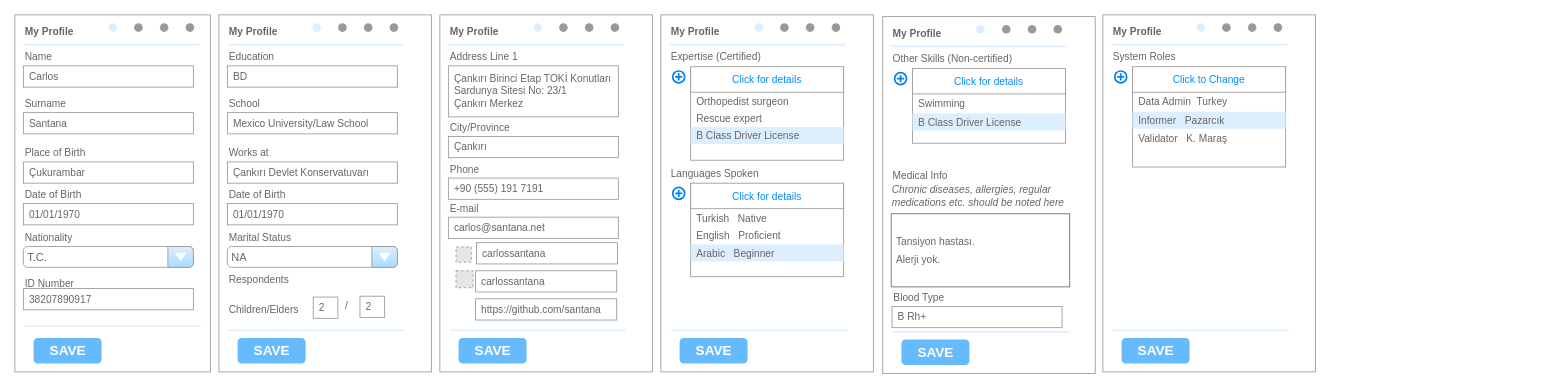
The draw.io diagram page "My Profile" (1 of 2) of mockups/ProfileMockup.drawio in bounswe/bounswe2023group2, before the edit. Source tidied: cells renumbered, new cells numbered last; positions are measured from the earlier drawing's top-left corner, leaving out a move shared by most shapes. Both pictures are drawn from the tidied source at 85%, with x=0, y=0 at pixel (14, 14). Pictures stored in the file or linked from it are replaced by grey dashed boxes.
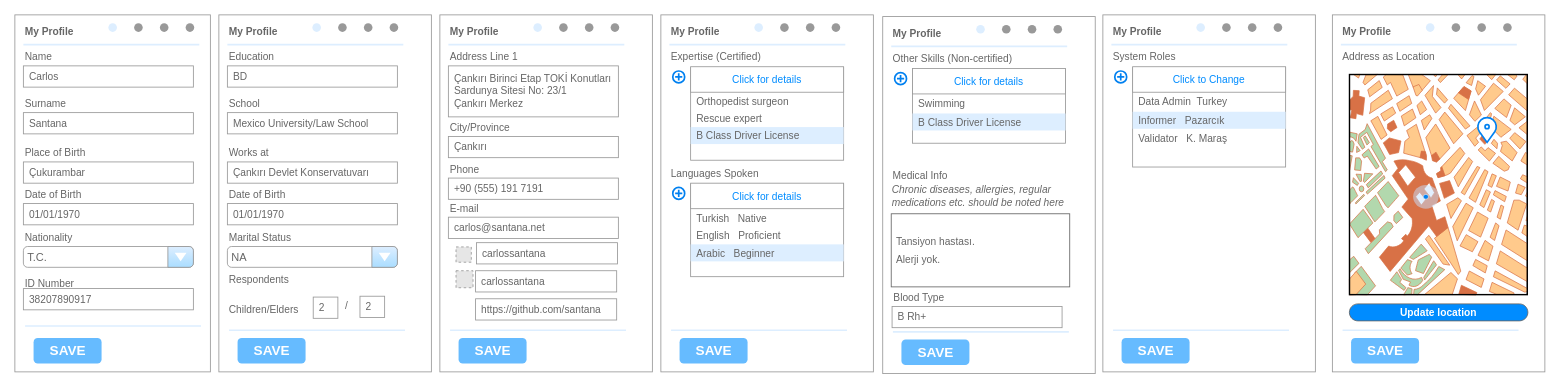
The same diagram, later.

Diff of the diagram source:
```diff
@@
+    <mxCell id="138" style="group;" parent="1" vertex="1">
+      <mxGeometry x="1550" width="250" height="420" as="geometry" />
+    </mxCell>
+    <mxCell id="139" style="group;fontSize=12;" parent="138" vertex="1">
+      <mxGeometry width="250" height="420" as="geometry" />
+    </mxCell>
+    <mxCell id="140" style="group;" parent="139" vertex="1">
+      <mxGeometry width="250" height="420" as="geometry" />
+    </mxCell>
+    <mxCell id="141" style="strokeWidth=1;shadow=0;dashed=0;align=center;html=1;shape=mxgraph.mockup.forms.rrect;rSize=0;strokeColor=#999999;fillColor=#ffffff;fontStyle=0;" parent="140" vertex="1">
+      <mxGeometry width="250" height="420" as="geometry" />
+    </mxCell>
+    <mxCell id="142" value="My Profile" style="strokeWidth=1;shadow=0;dashed=0;align=center;html=1;shape=mxgraph.mockup.forms.anchor;fontSize=12;fontColor=#666666;align=left;spacingLeft=0;fontStyle=1;" parent="141" vertex="1">
+      <mxGeometry width="115" height="20" relative="1" as="geometry">
+        <mxPoint x="10" y="10" as="offset" />
+      </mxGeometry>
+    </mxCell>
+    <mxCell id="143" style="shape=line;strokeColor=#ddeeff;strokeWidth=2;html=1;" parent="141" vertex="1">
+      <mxGeometry width="207" height="10" relative="1" as="geometry">
+        <mxPoint x="10" y="30" as="offset" />
+      </mxGeometry>
+    </mxCell>
+    <mxCell id="144" style="shape=line;strokeColor=#ddeeff;strokeWidth=2;html=1;" parent="141" vertex="1">
+      <mxGeometry y="1" width="207" height="10" relative="1" as="geometry">
+        <mxPoint x="12" y="-54" as="offset" />
+      </mxGeometry>
+    </mxCell>
+    <mxCell id="145" value="SAVE" style="strokeWidth=1;shadow=0;dashed=0;align=center;html=1;shape=mxgraph.mockup.forms.rrect;rSize=5;strokeColor=none;fontColor=#ffffff;fillColor=#66bbff;fontSize=16;fontStyle=1;" parent="141" vertex="1">
+      <mxGeometry y="1" width="80" height="30" relative="1" as="geometry">
+        <mxPoint x="22" y="-40" as="offset" />
+      </mxGeometry>
+    </mxCell>
+    <mxCell id="146" style="verticalLabelPosition=bottom;shadow=0;dashed=0;align=center;html=1;verticalAlign=top;strokeWidth=1;shape=mxgraph.mockup.navigation.pageControl;fillColor=#999999;strokeColor=#ddeeff;" parent="141" vertex="1">
+      <mxGeometry x="110" y="6.8" width="101" height="16.3" as="geometry" />
+    </mxCell>
+    <mxCell id="147" style="group;" parent="141" vertex="1">
+      <mxGeometry x="10" y="89" width="210" height="232" as="geometry" />
+    </mxCell>
+    <mxCell id="148" style="strokeWidth=1;shadow=0;dashed=0;align=center;html=1;shape=mxgraph.mockup.forms.anchor;fontSize=12;fontColor=#666666;align=left;spacingLeft=0;" parent="147" vertex="1">
+      <mxGeometry width="115" height="20" relative="1" as="geometry" />
+    </mxCell>
+    <mxCell id="149" style="group;" parent="141" vertex="1">
+      <mxGeometry x="10" y="40" width="115" height="40" as="geometry" />
+    </mxCell>
+    <mxCell id="150" value="Address as Location" style="strokeWidth=1;shadow=0;dashed=0;align=center;html=1;shape=mxgraph.mockup.forms.anchor;fontSize=12;fontColor=#666666;align=left;spacingLeft=0;" parent="149" vertex="1">
+      <mxGeometry width="115" height="20" relative="1" as="geometry" />
+    </mxCell>
+    <mxCell id="151" style="verticalLabelPosition=bottom;shadow=0;dashed=0;align=center;html=1;verticalAlign=top;strokeWidth=1;shape=mxgraph.mockup.misc.map;" parent="141" vertex="1">
+      <mxGeometry x="20" y="70" width="210" height="260" as="geometry" />
+    </mxCell>
+    <mxCell id="152" style="html=1;verticalLabelPosition=bottom;align=center;labelBackgroundColor=#ffffff;verticalAlign=top;strokeWidth=2;strokeColor=#0080F0;shadow=0;dashed=0;shape=mxgraph.ios7.icons.location;" parent="141" vertex="1">
+      <mxGeometry x="170" y="120" width="24" height="30" as="geometry" />
+    </mxCell>
+    <mxCell id="153" style="html=1;verticalLabelPosition=bottom;labelBackgroundColor=#ffffff;verticalAlign=top;shadow=0;dashed=0;strokeWidth=2;shape=mxgraph.ios7.misc.current_location;strokeColor=#ffffff;fillColor=#0080F0;sketch=0;" parent="141" vertex="1">
+      <mxGeometry x="95" y="200" width="30" height="28" as="geometry" />
+    </mxCell>
+    <mxCell id="154" value="&lt;font style=&quot;font-size: 12px;&quot;&gt;Update location&lt;/font&gt;" style="strokeWidth=1;shadow=0;dashed=0;align=center;html=1;shape=mxgraph.mockup.buttons.button;strokeColor=#666666;fontColor=#ffffff;mainText=;buttonStyle=round;fontSize=17;fontStyle=1;fillColor=#008cff;whiteSpace=wrap;" parent="141" vertex="1">
+      <mxGeometry x="20" y="340" width="210" height="20" as="geometry" />
+    </mxCell>
```
